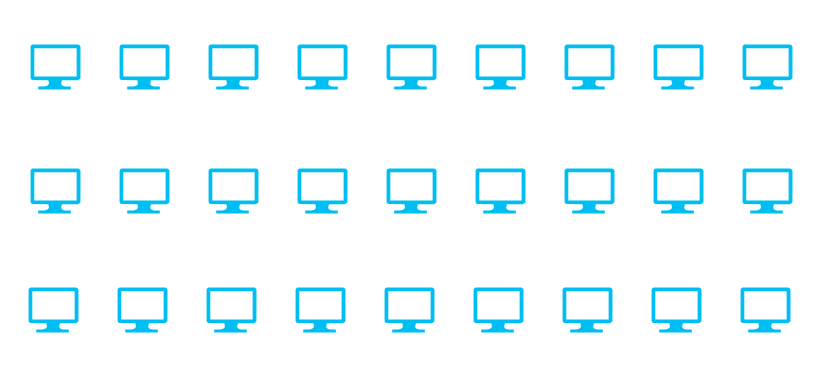
SegmentationFaultUtadeo/PropuestaMaratonUtadeo keeps this draw.io diagram as Assets/OrganizacionEquipos.drawio. Above is the earlier version. Source tidied: cells renumbered, new cells numbered last; positions are measured from the earlier drawing's top-left corner, leaving out a move shared by most shapes. Both pictures are drawn from the tidied source at 100%, with x=0, y=0 at pixel (28, 44).
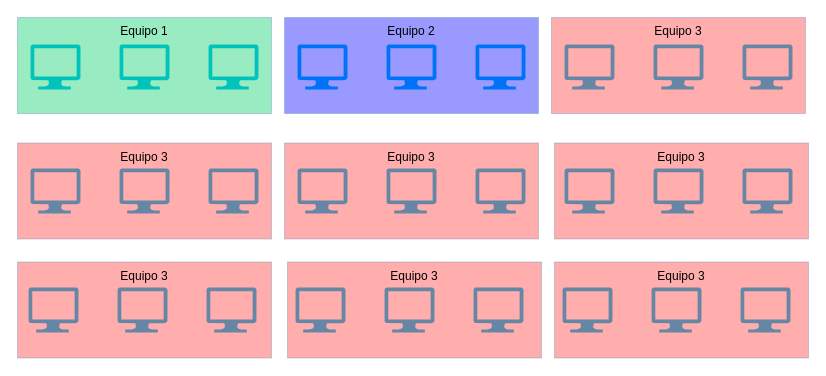
The same diagram, later.

What changed in the source:
```diff
@@
+    <mxCell id="29" value="Equipo 1" style="rounded=0;whiteSpace=wrap;html=1;fillColor=#00CC66;strokeColor=#6c8ebf;opacity=40;verticalAlign=top;" parent="1" vertex="1">
+      <mxGeometry x="-11" y="-27" width="254" height="96" as="geometry" />
+    </mxCell>
+    <mxCell id="30" value="Equipo 2" style="rounded=0;whiteSpace=wrap;html=1;fillColor=#0000FF;strokeColor=#6c8ebf;opacity=40;verticalAlign=top;" parent="1" vertex="1">
+      <mxGeometry x="256" y="-27" width="254" height="96" as="geometry" />
+    </mxCell>
+    <mxCell id="31" value="Equipo 3" style="rounded=0;whiteSpace=wrap;html=1;fillColor=#FF3333;strokeColor=#6c8ebf;opacity=40;verticalAlign=top;" parent="1" vertex="1">
+      <mxGeometry x="523" y="-27" width="254" height="96" as="geometry" />
+    </mxCell>
+    <mxCell id="32" value="Equipo 3" style="rounded=0;whiteSpace=wrap;html=1;fillColor=#FF3333;strokeColor=#6c8ebf;opacity=40;verticalAlign=top;" parent="1" vertex="1">
+      <mxGeometry x="-11" y="98.5" width="254" height="96" as="geometry" />
+    </mxCell>
+    <mxCell id="33" value="Equipo 3" style="rounded=0;whiteSpace=wrap;html=1;fillColor=#FF3333;strokeColor=#6c8ebf;opacity=40;verticalAlign=top;" parent="1" vertex="1">
+      <mxGeometry x="256" y="98.5" width="254" height="96" as="geometry" />
+    </mxCell>
+    <mxCell id="34" value="Equipo 3" style="rounded=0;whiteSpace=wrap;html=1;fillColor=#FF3333;strokeColor=#6c8ebf;opacity=40;verticalAlign=top;" parent="1" vertex="1">
+      <mxGeometry x="526" y="98.5" width="254" height="96" as="geometry" />
+    </mxCell>
+    <mxCell id="35" value="Equipo 3" style="rounded=0;whiteSpace=wrap;html=1;fillColor=#FF3333;strokeColor=#6c8ebf;opacity=40;verticalAlign=top;" parent="1" vertex="1">
+      <mxGeometry x="-11" y="217.5" width="254" height="96" as="geometry" />
+    </mxCell>
+    <mxCell id="36" value="Equipo 3" style="rounded=0;whiteSpace=wrap;html=1;fillColor=#FF3333;strokeColor=#6c8ebf;opacity=40;verticalAlign=top;" parent="1" vertex="1">
+      <mxGeometry x="259" y="217.5" width="254" height="96" as="geometry" />
+    </mxCell>
+    <mxCell id="37" value="Equipo 3" style="rounded=0;whiteSpace=wrap;html=1;fillColor=#FF3333;strokeColor=#6c8ebf;opacity=40;verticalAlign=top;" parent="1" vertex="1">
+      <mxGeometry x="526" y="217.5" width="254" height="96" as="geometry" />
+    </mxCell>
```
